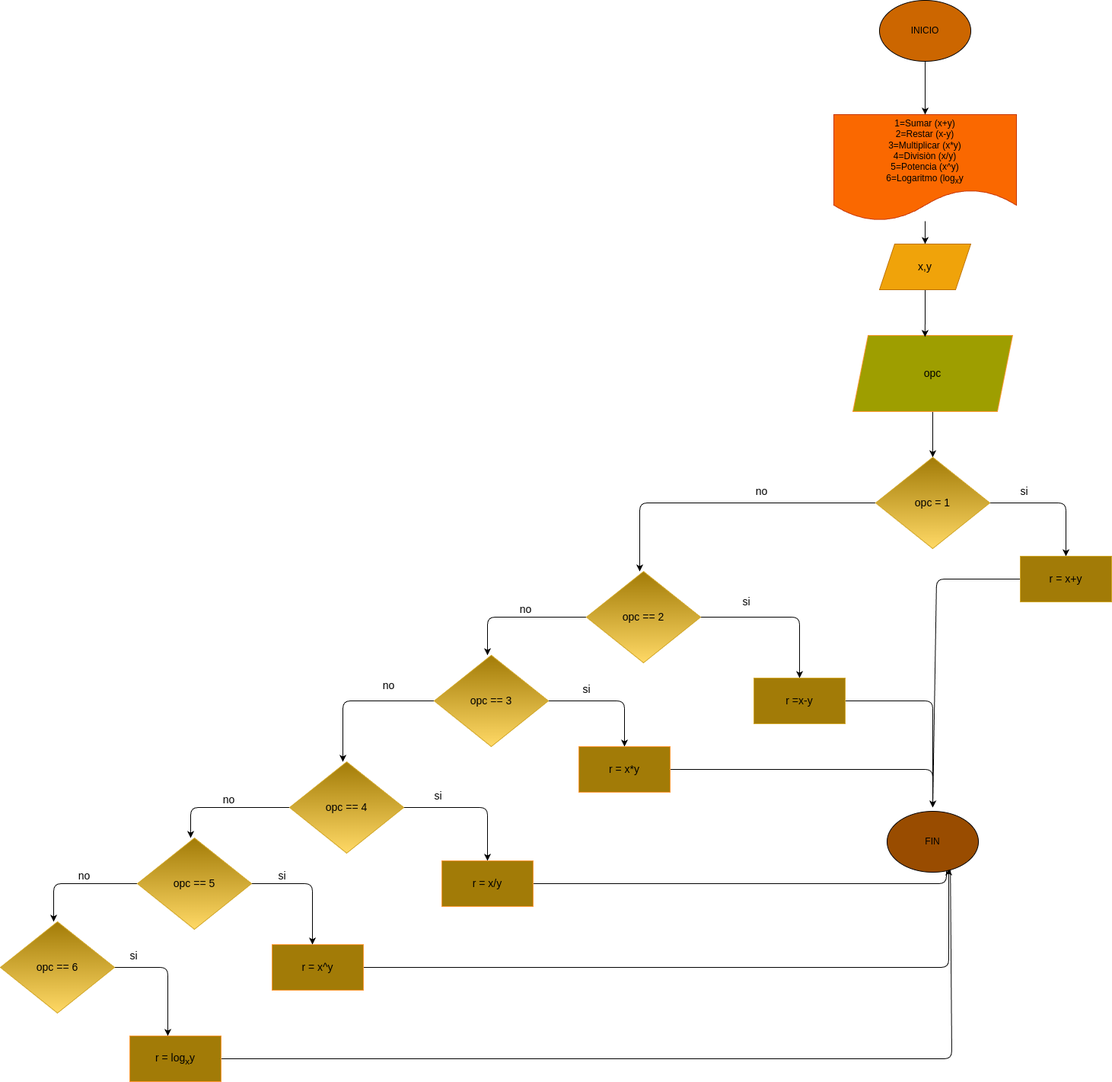
Above: diagrama.png in nidamapi/Mini_Calculadora_Guanentina (draw.io), before the change. Source tidied: cells renumbered, new cells last; positions are measured from the earlier drawing's top-left corner, leaving out a move shared by most shapes.
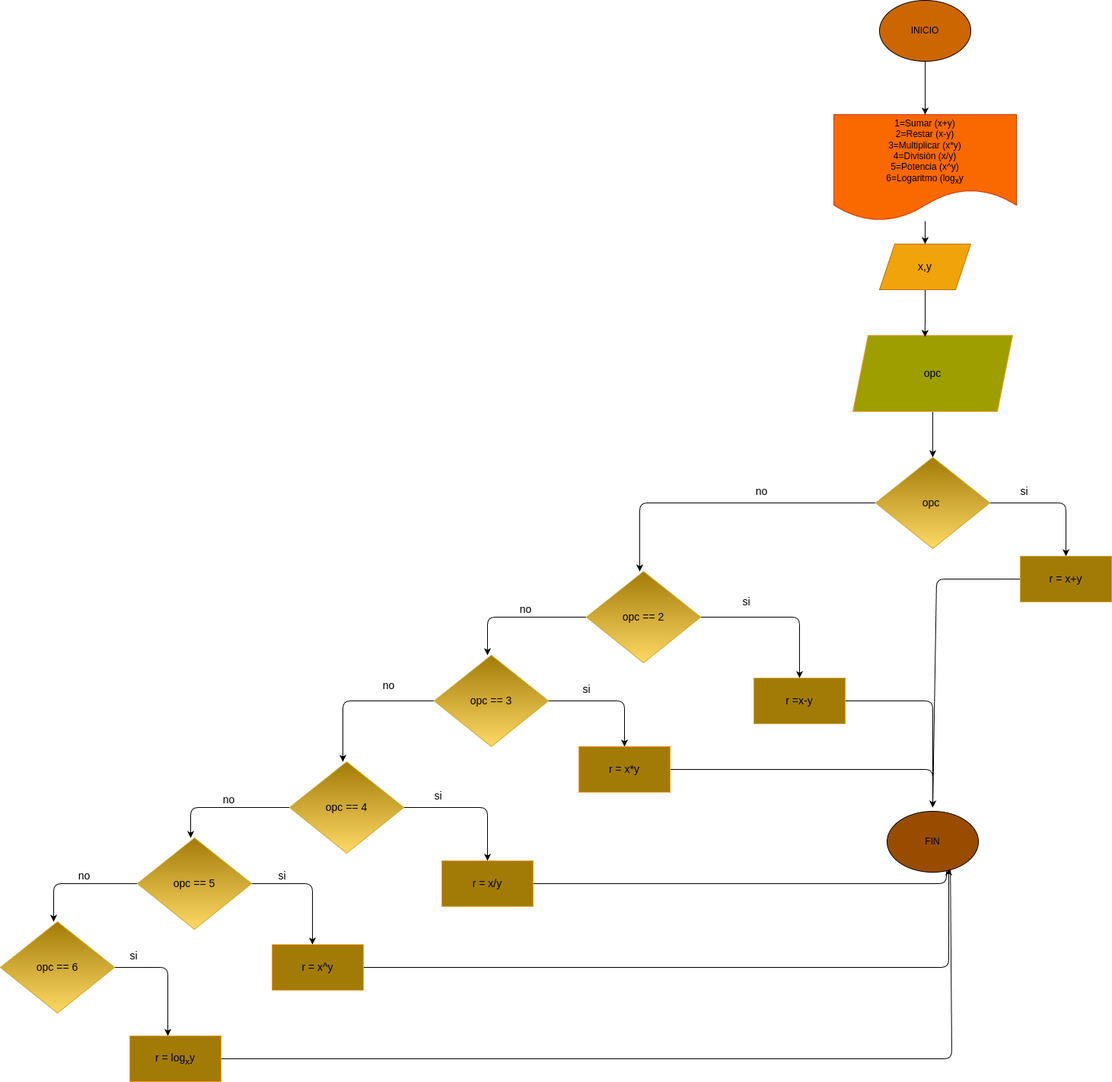
After the commit.

Diff of the diagram source:
```diff
@@ -35,7 +35,7 @@
         </Array>
       </mxGeometry>
     </mxCell>
-    <mxCell id="9" value="opc = 1" style="rhombus;whiteSpace=wrap;html=1;fontSize=14;fillColor=#a27b07;gradientColor=#ffd966;strokeColor=#d2a728;" parent="1" vertex="1">
+    <mxCell id="9" value="opc&amp;nbsp;" style="rhombus;whiteSpace=wrap;html=1;fontSize=14;fillColor=#a27b07;gradientColor=#ffd966;strokeColor=#d2a728;" parent="1" vertex="1">
       <mxGeometry x="1150" y="600" width="150" height="120" as="geometry" />
     </mxCell>
     <mxCell id="10" value="si" style="text;html=1;align=center;verticalAlign=middle;strokeColor=none;fillColor=none;fontSize=14;" parent="1" vertex="1">
```
